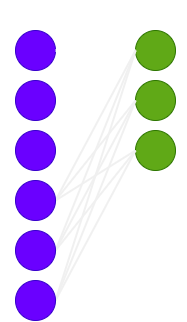
Krawus/SIwR-pedestrian-tracking keeps this draw.io diagram as readmeFiles/graph2.png. Above is the earlier version. Source tidied: cells renumbered, new cells last; positions are measured from the earlier drawing's top-left corner, leaving out a move shared by most shapes.
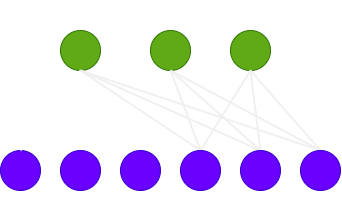
The same file after the commit.

Diff of the diagram source:
```diff
@@ -8,20 +8,20 @@
     <mxCell id="3" style="rounded=0;jettySize=auto;html=1;exitX=1;exitY=0.5;exitDx=0;exitDy=0;entryX=0;entryY=0.5;entryDx=0;entryDy=0;fillColor=#f9f7ed;strokeColor=#FFFFFF;endArrow=none;endFill=0;strokeWidth=2;" parent="1" edge="1" source="4" target="15">
       <mxGeometry relative="1" as="geometry" />
     </mxCell>
-    <mxCell id="4" style="ellipse;whiteSpace=wrap;html=1;fillColor=#6a00ff;fontColor=#ffffff;strokeColor=#3700CC;" parent="1" vertex="1">
-      <mxGeometry x="15" y="30" width="40" height="40" as="geometry" />
+    <mxCell id="4" style="ellipse;whiteSpace=wrap;html=1;fillColor=#6a00ff;fontColor=#ffffff;strokeColor=#3700CC;direction=north;" parent="1" vertex="1">
+      <mxGeometry x="75" y="150" width="40" height="40" as="geometry" />
     </mxCell>
     <mxCell id="5" style="rounded=0;jettySize=auto;html=1;exitX=1;exitY=0.5;exitDx=0;exitDy=0;entryX=0;entryY=0.5;entryDx=0;entryDy=0;strokeWidth=2;endArrow=none;endFill=0;strokeColor=#FFFFFF;" parent="1" edge="1" source="8" target="13">
       <mxGeometry relative="1" as="geometry" />
     </mxCell>
-    <mxCell id="6" style="rounded=0;jettySize=auto;html=1;entryX=0;entryY=0.5;entryDx=0;entryDy=0;strokeWidth=2;endArrow=none;endFill=0;strokeColor=#FFFFFF;" parent="1" edge="1" source="8" target="14">
+    <mxCell id="6" style="rounded=0;jettySize=auto;html=1;entryX=0;entryY=0.5;entryDx=0;entryDy=0;strokeWidth=2;endArrow=none;endFill=0;strokeColor=#FFFFFF;exitX=1;exitY=0.5;exitDx=0;exitDy=0;" parent="1" edge="1" source="8" target="14">
       <mxGeometry relative="1" as="geometry" />
     </mxCell>
     <mxCell id="7" style="rounded=0;jettySize=auto;html=1;entryX=0;entryY=0.5;entryDx=0;entryDy=0;strokeWidth=2;endArrow=none;endFill=0;exitX=1;exitY=0.5;exitDx=0;exitDy=0;strokeColor=#FFFFFF;" parent="1" edge="1" source="8" target="15">
       <mxGeometry relative="1" as="geometry" />
     </mxCell>
-    <mxCell id="8" style="ellipse;whiteSpace=wrap;html=1;fillColor=#6a00ff;fontColor=#ffffff;strokeColor=#3700CC;" parent="1" vertex="1">
-      <mxGeometry x="15" y="80" width="40" height="40" as="geometry" />
+    <mxCell id="8" style="ellipse;whiteSpace=wrap;html=1;fillColor=#6a00ff;fontColor=#ffffff;strokeColor=#3700CC;direction=north;" parent="1" vertex="1">
+      <mxGeometry x="135" y="150" width="40" height="40" as="geometry" />
     </mxCell>
     <mxCell id="9" style="rounded=0;jettySize=auto;html=1;entryX=0;entryY=0.5;entryDx=0;entryDy=0;strokeWidth=2;endArrow=none;endFill=0;exitX=1;exitY=0.5;exitDx=0;exitDy=0;strokeColor=#FFFFFF;" parent="1" edge="1" source="12" target="13">
       <mxGeometry relative="1" as="geometry" />
@@ -29,29 +29,29 @@
     <mxCell id="10" style="rounded=0;jettySize=auto;html=1;entryX=0;entryY=0.5;entryDx=0;entryDy=0;strokeWidth=2;endArrow=none;endFill=0;exitX=1;exitY=0.5;exitDx=0;exitDy=0;strokeColor=#FFFFFF;" parent="1" edge="1" source="12" target="14">
       <mxGeometry relative="1" as="geometry" />
     </mxCell>
-    <mxCell id="11" style="rounded=0;jettySize=auto;html=1;entryX=0;entryY=0.5;entryDx=0;entryDy=0;strokeWidth=2;endArrow=none;endFill=0;strokeColor=#FFFFFF;" parent="1" edge="1" source="12" target="15">
+    <mxCell id="11" style="rounded=0;jettySize=auto;html=1;entryX=0;entryY=0.5;entryDx=0;entryDy=0;strokeWidth=2;endArrow=none;endFill=0;strokeColor=#FFFFFF;exitX=1;exitY=0.5;exitDx=0;exitDy=0;" parent="1" edge="1" source="12" target="15">
       <mxGeometry relative="1" as="geometry" />
     </mxCell>
-    <mxCell id="12" style="ellipse;whiteSpace=wrap;html=1;fillColor=#6a00ff;fontColor=#ffffff;strokeColor=#3700CC;" parent="1" vertex="1">
-      <mxGeometry x="15" y="130" width="40" height="40" as="geometry" />
+    <mxCell id="12" style="ellipse;whiteSpace=wrap;html=1;fillColor=#6a00ff;fontColor=#ffffff;strokeColor=#3700CC;direction=north;" parent="1" vertex="1">
+      <mxGeometry x="195" y="150" width="40" height="40" as="geometry" />
     </mxCell>
-    <mxCell id="13" style="ellipse;whiteSpace=wrap;html=1;fillColor=#60a917;fontColor=#ffffff;strokeColor=#2D7600;" parent="1" vertex="1">
+    <mxCell id="13" style="ellipse;whiteSpace=wrap;html=1;fillColor=#60a917;fontColor=#ffffff;strokeColor=#2D7600;direction=north;" parent="1" vertex="1">
       <mxGeometry x="135" y="30" width="40" height="40" as="geometry" />
     </mxCell>
-    <mxCell id="14" style="ellipse;whiteSpace=wrap;html=1;fillColor=#60a917;fontColor=#ffffff;strokeColor=#2D7600;" parent="1" vertex="1">
-      <mxGeometry x="135" y="80" width="40" height="40" as="geometry" />
+    <mxCell id="14" style="ellipse;whiteSpace=wrap;html=1;fillColor=#60a917;fontColor=#ffffff;strokeColor=#2D7600;direction=north;" parent="1" vertex="1">
+      <mxGeometry x="225" y="30" width="40" height="40" as="geometry" />
     </mxCell>
-    <mxCell id="15" style="ellipse;whiteSpace=wrap;html=1;fillColor=#60a917;fontColor=#ffffff;strokeColor=#2D7600;" parent="1" vertex="1">
-      <mxGeometry x="135" y="130" width="40" height="40" as="geometry" />
+    <mxCell id="15" style="ellipse;whiteSpace=wrap;html=1;fillColor=#60a917;fontColor=#ffffff;strokeColor=#2D7600;direction=north;" parent="1" vertex="1">
+      <mxGeometry x="305" y="30" width="40" height="40" as="geometry" />
     </mxCell>
     <mxCell id="16" style="rounded=0;jettySize=auto;html=1;exitX=1;exitY=0.5;exitDx=0;exitDy=0;entryX=0;entryY=0.5;entryDx=0;entryDy=0;fillColor=#f9f7ed;strokeColor=#FFFFFF;strokeWidth=2;endArrow=none;endFill=0;" parent="1" edge="1" source="4" target="13">
       <mxGeometry relative="1" as="geometry" />
     </mxCell>
     <mxCell id="17" value="&lt;font color=&quot;#ffffff&quot;&gt;frame n-1&lt;/font&gt;" style="text;html=1;align=center;verticalAlign=middle;strokeColor=none;fillColor=none;" parent="1" vertex="1">
-      <mxGeometry width="70" height="30" as="geometry" />
+      <mxGeometry x="210" y="190" width="70" height="30" as="geometry" />
     </mxCell>
     <mxCell id="18" value="&lt;font color=&quot;#ffffff&quot;&gt;frame n&lt;/font&gt;" style="text;html=1;align=center;verticalAlign=middle;strokeColor=none;fillColor=none;" parent="1" vertex="1">
-      <mxGeometry x="125" width="60" height="30" as="geometry" />
+      <mxGeometry x="215" width="60" height="30" as="geometry" />
     </mxCell>
     <mxCell id="19" style="rounded=0;jettySize=auto;html=1;entryX=0;entryY=0.5;entryDx=0;entryDy=0;endArrow=none;endFill=0;strokeWidth=2;exitX=1;exitY=0.5;exitDx=0;exitDy=0;" parent="1" edge="1" source="22" target="13">
       <mxGeometry relative="1" as="geometry" />
@@ -62,24 +62,20 @@
     <mxCell id="21" style="rounded=0;jettySize=auto;html=1;entryX=0;entryY=0.5;entryDx=0;entryDy=0;endArrow=none;endFill=0;strokeWidth=2;exitX=1;exitY=0.5;exitDx=0;exitDy=0;" parent="1" edge="1" source="22" target="15">
       <mxGeometry relative="1" as="geometry" />
     </mxCell>
-    <mxCell id="22" style="ellipse;whiteSpace=wrap;html=1;fillColor=#6a00ff;fontColor=#ffffff;strokeColor=#3700CC;" parent="1" vertex="1">
-      <mxGeometry x="15" y="180" width="40" height="40" as="geometry" />
+    <mxCell id="22" style="ellipse;whiteSpace=wrap;html=1;fillColor=#6a00ff;fontColor=#ffffff;strokeColor=#3700CC;direction=north;" parent="1" vertex="1">
+      <mxGeometry x="255" y="150" width="40" height="40" as="geometry" />
     </mxCell>
-    <mxCell id="23" style="rounded=0;jettySize=auto;html=1;strokeWidth=2;endArrow=none;endFill=0;exitX=1;exitY=0.5;exitDx=0;exitDy=0;" parent="1" edge="1" source="26">
-      <mxGeometry relative="1" as="geometry">
-        <mxPoint x="135" y="50" as="targetPoint" />
-      </mxGeometry>
+    <mxCell id="23" style="rounded=0;jettySize=auto;html=1;strokeWidth=2;endArrow=none;endFill=0;exitX=1;exitY=0.5;exitDx=0;exitDy=0;entryX=0;entryY=0.5;entryDx=0;entryDy=0;" parent="1" edge="1" source="26" target="13">
+      <mxGeometry relative="1" as="geometry" />
     </mxCell>
-    <mxCell id="24" style="rounded=0;jettySize=auto;html=1;strokeWidth=2;endArrow=none;endFill=0;exitX=1;exitY=0.5;exitDx=0;exitDy=0;" parent="1" edge="1" source="26">
-      <mxGeometry relative="1" as="geometry">
-        <mxPoint x="135" y="100" as="targetPoint" />
-      </mxGeometry>
+    <mxCell id="24" style="rounded=0;jettySize=auto;html=1;strokeWidth=2;endArrow=none;endFill=0;exitX=1;exitY=0.5;exitDx=0;exitDy=0;entryX=0;entryY=0.5;entryDx=0;entryDy=0;" parent="1" edge="1" source="26" target="14">
+      <mxGeometry relative="1" as="geometry" />
     </mxCell>
     <mxCell id="25" style="rounded=0;jettySize=auto;html=1;strokeWidth=2;endArrow=none;endFill=0;exitX=1;exitY=0.5;exitDx=0;exitDy=0;entryX=0;entryY=0.5;entryDx=0;entryDy=0;" parent="1" edge="1" source="26" target="15">
       <mxGeometry relative="1" as="geometry" />
     </mxCell>
-    <mxCell id="26" style="ellipse;whiteSpace=wrap;html=1;fillColor=#6a00ff;fontColor=#ffffff;strokeColor=#3700CC;" parent="1" vertex="1">
-      <mxGeometry x="15" y="230" width="40" height="40" as="geometry" />
+    <mxCell id="26" style="ellipse;whiteSpace=wrap;html=1;fillColor=#6a00ff;fontColor=#ffffff;strokeColor=#3700CC;direction=north;" parent="1" vertex="1">
+      <mxGeometry x="315" y="150" width="40" height="40" as="geometry" />
     </mxCell>
     <mxCell id="27" style="rounded=0;jettySize=auto;html=1;entryX=0;entryY=0.5;entryDx=0;entryDy=0;strokeWidth=2;endArrow=none;endFill=0;exitX=1;exitY=0.5;exitDx=0;exitDy=0;" parent="1" edge="1" source="30" target="13">
       <mxGeometry relative="1" as="geometry" />
@@ -90,8 +86,8 @@
     <mxCell id="29" style="rounded=0;jettySize=auto;html=1;entryX=0;entryY=0.5;entryDx=0;entryDy=0;strokeWidth=2;endArrow=none;endFill=0;exitX=1;exitY=0.5;exitDx=0;exitDy=0;" parent="1" edge="1" source="30" target="15">
       <mxGeometry relative="1" as="geometry" />
     </mxCell>
-    <mxCell id="30" style="ellipse;whiteSpace=wrap;html=1;fillColor=#6a00ff;fontColor=#ffffff;strokeColor=#3700CC;" parent="1" vertex="1">
-      <mxGeometry x="15" y="280" width="40" height="40" as="geometry" />
+    <mxCell id="30" style="ellipse;whiteSpace=wrap;html=1;fillColor=#6a00ff;fontColor=#ffffff;strokeColor=#3700CC;direction=north;" parent="1" vertex="1">
+      <mxGeometry x="375" y="150" width="40" height="40" as="geometry" />
     </mxCell>
   </root>
 </mxGraphModel>
```
